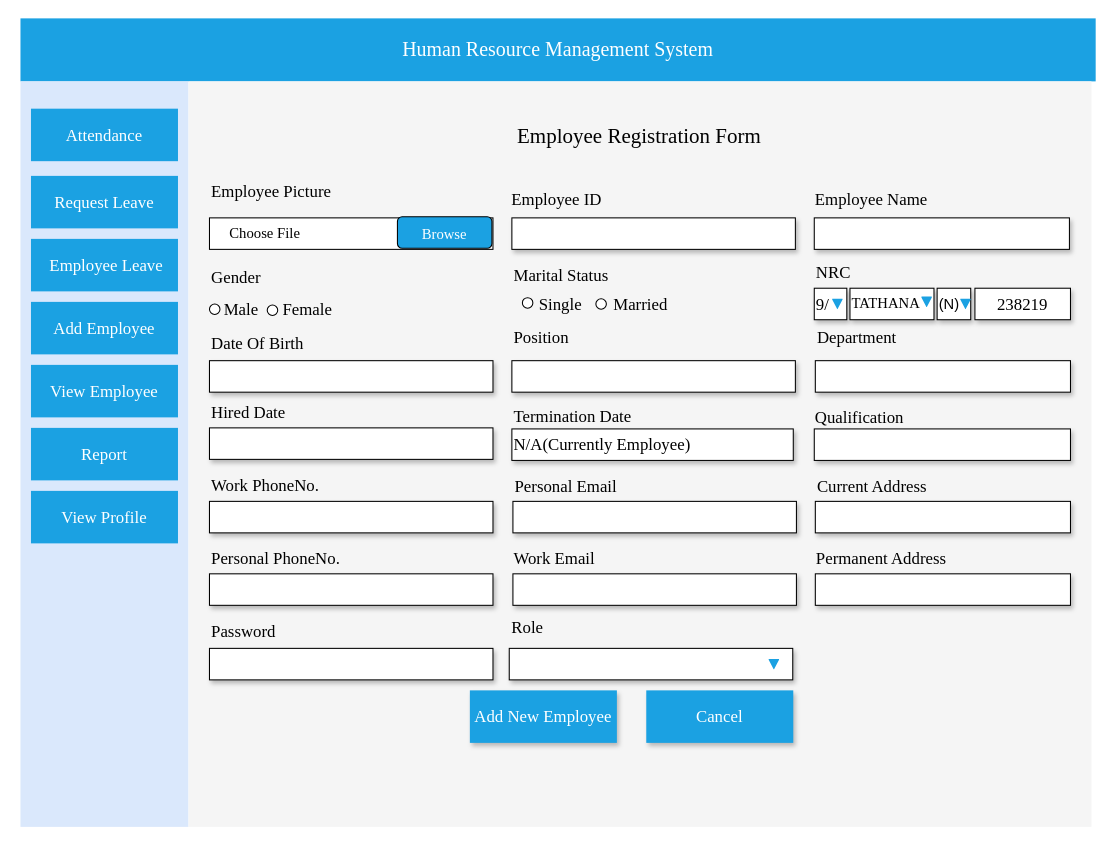
AyePwintPhyuUCSMdy/Intern-Project keeps this draw.io diagram as page "HR_AddNewEmployee" (1 of 5) of HR_Add,View_and _View Details Employee.drawio. Above is the earlier version. Source tidied: cells renumbered, new cells numbered last; positions are measured from the earlier drawing's top-left corner, leaving out a move shared by most shapes. Both pictures are drawn from the tidied source at 105%, with x=0, y=0 at pixel (18, 18).
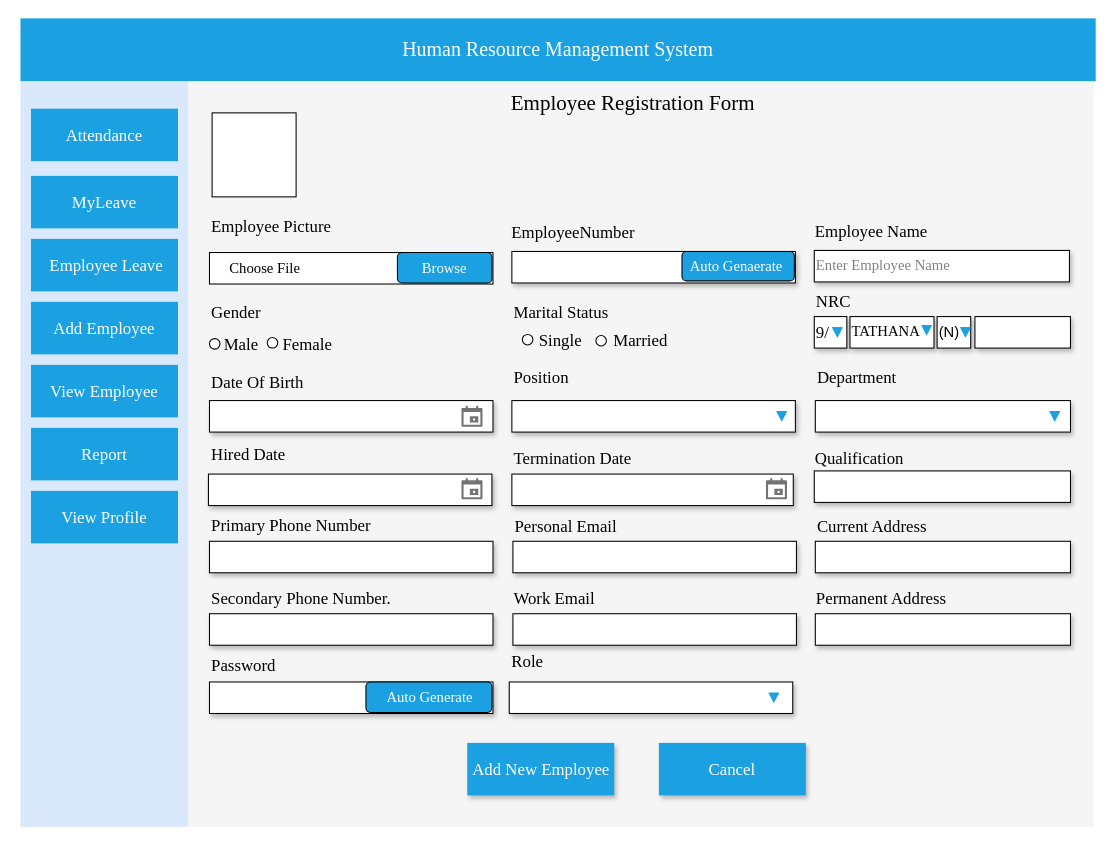
The same page after the edit.

The edit, as a diff of the source:
```diff
@@
-    <mxCell id="7" value="&lt;font style=&quot;font-size: 16px; color: rgb(255, 255, 255);&quot; face=&quot;Times New Roman&quot;&gt;Request Leave&lt;/font&gt;" style="rounded=0;whiteSpace=wrap;html=1;strokeColor=none;fillColor=#1BA1E2;align=center;" parent="1" vertex="1">
+    <mxCell id="7" value="&lt;font style=&quot;font-size: 16px; color: rgb(255, 255, 255);&quot; face=&quot;Times New Roman&quot;&gt;MyLeave&lt;/font&gt;" style="rounded=0;whiteSpace=wrap;html=1;strokeColor=none;fillColor=#1BA1E2;align=center;" parent="1" vertex="1">
       <mxGeometry x="12" y="150" width="140" height="50" as="geometry" />
     </mxCell>
     <mxCell id="8" style="rounded=0;whiteSpace=wrap;html=1;shadow=0;strokeColor=none;fillColor=#f5f5f5;fontColor=#333333;" parent="1" vertex="1">
-      <mxGeometry x="162" y="60" width="860" height="710" as="geometry" />
+      <mxGeometry x="162" y="60" width="862" height="710" as="geometry" />
     </mxCell>
@@
     <mxCell id="13" style="rounded=0;whiteSpace=wrap;html=1;shadow=1;" parent="1" vertex="1">
-      <mxGeometry x="470" y="190" width="270" height="30" as="geometry" />
+      <mxGeometry x="470" y="222" width="270" height="30" as="geometry" />
     </mxCell>
     <mxCell id="14" value="Employee Name" style="text;html=1;align=left;verticalAlign=middle;whiteSpace=wrap;rounded=0;fontSize=16;fontFamily=Times New Roman;" parent="1" vertex="1">
-      <mxGeometry x="757" y="157" width="120" height="30" as="geometry" />
+      <mxGeometry x="757" y="188" width="120" height="30" as="geometry" />
     </mxCell>
-    <mxCell id="15" style="rounded=0;whiteSpace=wrap;html=1;shadow=1;" parent="1" vertex="1">
-      <mxGeometry x="758" y="190" width="243" height="30" as="geometry" />
+    <mxCell id="15" value="&lt;font style=&quot;color: rgb(128, 128, 128); font-size: 14px;&quot; face=&quot;Times New Roman&quot;&gt;Enter Employee Name&lt;/font&gt;" style="rounded=0;whiteSpace=wrap;html=1;shadow=1;align=left;" parent="1" vertex="1">
+      <mxGeometry x="758" y="221" width="243" height="30" as="geometry" />
     </mxCell>
     <mxCell id="16" value="Employee Picture" style="text;html=1;align=left;verticalAlign=middle;whiteSpace=wrap;rounded=0;fontSize=16;fontFamily=Times New Roman;" parent="1" vertex="1">
-      <mxGeometry x="182" y="150" width="120" height="30" as="geometry" />
+      <mxGeometry x="182" y="183" width="120" height="30" as="geometry" />
     </mxCell>
     <mxCell id="17" style="rounded=0;whiteSpace=wrap;html=1;" parent="1" vertex="1">
-      <mxGeometry x="182" y="190" width="270" height="30" as="geometry" />
+      <mxGeometry x="182" y="223" width="270" height="30" as="geometry" />
     </mxCell>
     <mxCell id="18" value="&lt;font style=&quot;font-size: 14px;&quot; face=&quot;Times New Roman&quot;&gt;Choose File&lt;/font&gt;" style="text;html=1;align=center;verticalAlign=middle;whiteSpace=wrap;rounded=0;shadow=1;" parent="1" vertex="1">
-      <mxGeometry x="184.5" y="191" width="100" height="30" as="geometry" />
+      <mxGeometry x="184.5" y="224" width="100" height="30" as="geometry" />
     </mxCell>
     <mxCell id="19" style="rounded=1;whiteSpace=wrap;html=1;fillColor=#1BA1E2;" parent="1" vertex="1">
-      <mxGeometry x="361" y="189" width="90" height="30" as="geometry" />
+      <mxGeometry x="361" y="223" width="90" height="29" as="geometry" />
     </mxCell>
     <mxCell id="20" value="&lt;font style=&quot;font-size: 14px; color: rgb(255, 255, 255);&quot; face=&quot;Times New Roman&quot;&gt;Browse&lt;/font&gt;" style="text;html=1;align=center;verticalAlign=middle;whiteSpace=wrap;rounded=0;fillColor=none;" parent="1" vertex="1">
-      <mxGeometry x="376" y="192" width="60" height="30" as="geometry" />
+      <mxGeometry x="376" y="225" width="60" height="28" as="geometry" />
     </mxCell>
     <mxCell id="21" style="rounded=0;whiteSpace=wrap;html=1;shadow=1;" parent="1" vertex="1">
-      <mxGeometry x="182" y="326" width="270" height="30" as="geometry" />
+      <mxGeometry x="182" y="364" width="270" height="30" as="geometry" />
     </mxCell>
     <mxCell id="22" value="Date Of Birth" style="text;html=1;align=left;verticalAlign=middle;whiteSpace=wrap;rounded=0;fontSize=16;fontFamily=Times New Roman;" parent="1" vertex="1">
-      <mxGeometry x="182" y="294" width="100" height="30" as="geometry" />
+      <mxGeometry x="182" y="332" width="100" height="30" as="geometry" />
     </mxCell>
     <mxCell id="23" value="Gender" style="text;html=1;align=left;verticalAlign=middle;whiteSpace=wrap;rounded=0;fontSize=16;fontFamily=Times New Roman;" parent="1" vertex="1">
-      <mxGeometry x="182" y="232" width="100" height="30" as="geometry" />
+      <mxGeometry x="182" y="265" width="100" height="30" as="geometry" />
     </mxCell>
     <mxCell id="24" style="ellipse;whiteSpace=wrap;html=1;" parent="1" vertex="1">
-      <mxGeometry x="182" y="272" width="10" height="10" as="geometry" />
+      <mxGeometry x="182" y="305" width="10" height="10" as="geometry" />
     </mxCell>
     <mxCell id="25" value="Male" style="text;html=1;align=left;verticalAlign=middle;whiteSpace=wrap;rounded=0;fontSize=16;fontFamily=Times New Roman;" parent="1" vertex="1">
-      <mxGeometry x="194" y="262" width="100" height="30" as="geometry" />
+      <mxGeometry x="194" y="295" width="100" height="30" as="geometry" />
     </mxCell>
     <mxCell id="26" style="ellipse;whiteSpace=wrap;html=1;" parent="1" vertex="1">
-      <mxGeometry x="237" y="273" width="10" height="10" as="geometry" />
+      <mxGeometry x="237" y="304" width="10" height="10" as="geometry" />
     </mxCell>
     <mxCell id="27" value="NRC" style="text;html=1;align=left;verticalAlign=middle;whiteSpace=wrap;rounded=0;fontSize=16;fontFamily=Times New Roman;shadow=1;" parent="1" vertex="1">
-      <mxGeometry x="758" y="227" width="120" height="30" as="geometry" />
+      <mxGeometry x="758" y="254" width="120" height="30" as="geometry" />
     </mxCell>
     <mxCell id="28" value="&lt;font face=&quot;Times New Roman&quot; style=&quot;font-size: 16px;&quot;&gt;9/&lt;/font&gt;" style="rounded=0;whiteSpace=wrap;html=1;align=left;shadow=1;" parent="1" vertex="1">
-      <mxGeometry x="758" y="257" width="31" height="30" as="geometry" />
+      <mxGeometry x="758" y="284" width="31" height="30" as="geometry" />
     </mxCell>
     <mxCell id="29" value="&lt;font style=&quot;font-size: 14px;&quot; face=&quot;Times New Roman&quot;&gt;TATHANA&lt;/font&gt;" style="rounded=0;whiteSpace=wrap;html=1;align=left;shadow=1;" parent="1" vertex="1">
-      <mxGeometry x="792" y="257" width="80" height="30" as="geometry" />
+      <mxGeometry x="792" y="284" width="80" height="30" as="geometry" />
     </mxCell>
     <mxCell id="30" value="&lt;font style=&quot;font-size: 14px;&quot;&gt;(N)&lt;/font&gt;" style="rounded=0;whiteSpace=wrap;html=1;align=left;shadow=1;" parent="1" vertex="1">
-      <mxGeometry x="875" y="257" width="32" height="30" as="geometry" />
+      <mxGeometry x="875" y="284" width="32" height="30" as="geometry" />
     </mxCell>
-    <mxCell id="31" value="&lt;font style=&quot;font-size: 16px;&quot; face=&quot;Times New Roman&quot;&gt;238219&lt;/font&gt;" style="rounded=0;whiteSpace=wrap;html=1;shadow=1;" parent="1" vertex="1">
-      <mxGeometry x="911" y="257" width="91" height="30" as="geometry" />
+    <mxCell id="31" style="rounded=0;whiteSpace=wrap;html=1;shadow=1;" parent="1" vertex="1">
+      <mxGeometry x="911" y="284" width="91" height="30" as="geometry" />
     </mxCell>
     <mxCell id="32" style="strokeWidth=2;html=1;shape=mxgraph.flowchart.merge_or_storage;whiteSpace=wrap;fillColor=#1BA1E2;strokeColor=none;" parent="1" vertex="1">
-      <mxGeometry x="775" y="267" width="10" height="10" as="geometry" />
+      <mxGeometry x="775" y="294" width="10" height="10" as="geometry" />
     </mxCell>
     <mxCell id="33" style="strokeWidth=2;html=1;shape=mxgraph.flowchart.merge_or_storage;whiteSpace=wrap;fillColor=#1BA1E2;strokeColor=none;" parent="1" vertex="1">
-      <mxGeometry x="860" y="265" width="10" height="10" as="geometry" />
+      <mxGeometry x="860" y="292" width="10" height="10" as="geometry" />
     </mxCell>
     <mxCell id="34" style="strokeWidth=2;html=1;shape=mxgraph.flowchart.merge_or_storage;whiteSpace=wrap;fillColor=#1BA1E2;strokeColor=none;" parent="1" vertex="1">
-      <mxGeometry x="897" y="267" width="10" height="10" as="geometry" />
+      <mxGeometry x="897" y="294" width="10" height="10" as="geometry" />
     </mxCell>
     <mxCell id="35" value="Marital Status" style="text;html=1;align=left;verticalAlign=middle;whiteSpace=wrap;rounded=0;fontSize=16;fontFamily=Times New Roman;" parent="1" vertex="1">
-      <mxGeometry x="470" y="230" width="100" height="30" as="geometry" />
+      <mxGeometry x="470" y="265" width="100" height="30" as="geometry" />
     </mxCell>
     <mxCell id="36" style="ellipse;whiteSpace=wrap;html=1;" parent="1" vertex="1">
-      <mxGeometry x="480" y="266" width="10" height="10" as="geometry" />
+      <mxGeometry x="480" y="301" width="10" height="10" as="geometry" />
     </mxCell>
     <mxCell id="37" value="Single" style="text;html=1;align=left;verticalAlign=middle;whiteSpace=wrap;rounded=0;fontSize=16;fontFamily=Times New Roman;" parent="1" vertex="1">
-      <mxGeometry x="494" y="257" width="100" height="30" as="geometry" />
+      <mxGeometry x="494" y="292" width="100" height="30" as="geometry" />
     </mxCell>
     <mxCell id="38" style="ellipse;whiteSpace=wrap;html=1;" parent="1" vertex="1">
-      <mxGeometry x="550" y="267" width="10" height="10" as="geometry" />
+      <mxGeometry x="550" y="302" width="10" height="10" as="geometry" />
     </mxCell>
     <mxCell id="39" value="Married" style="text;html=1;align=left;verticalAlign=middle;whiteSpace=wrap;rounded=0;fontSize=16;fontFamily=Times New Roman;" parent="1" vertex="1">
-      <mxGeometry x="565" y="257" width="100" height="30" as="geometry" />
+      <mxGeometry x="565" y="292" width="100" height="30" as="geometry" />
     </mxCell>
-    <mxCell id="40" value="Employee ID" style="text;html=1;align=left;verticalAlign=middle;whiteSpace=wrap;rounded=0;fontSize=16;fontFamily=Times New Roman;" parent="1" vertex="1">
-      <mxGeometry x="467.5" y="157" width="100" height="30" as="geometry" />
+    <mxCell id="40" value="EmployeeNumber" style="text;html=1;align=left;verticalAlign=middle;whiteSpace=wrap;rounded=0;fontSize=16;fontFamily=Times New Roman;" parent="1" vertex="1">
+      <mxGeometry x="467.5" y="189" width="100" height="30" as="geometry" />
     </mxCell>
     <mxCell id="41" value="Position" style="text;html=1;align=left;verticalAlign=middle;whiteSpace=wrap;rounded=0;fontSize=16;fontFamily=Times New Roman;" parent="1" vertex="1">
-      <mxGeometry x="470" y="289" width="100" height="30" as="geometry" />
+      <mxGeometry x="470" y="327" width="100" height="30" as="geometry" />
     </mxCell>
     <mxCell id="42" style="rounded=0;whiteSpace=wrap;html=1;shadow=1;" parent="1" vertex="1">
-      <mxGeometry x="470" y="326" width="270" height="30" as="geometry" />
+      <mxGeometry x="470" y="364" width="270" height="30" as="geometry" />
     </mxCell>
     <mxCell id="43" value="Department" style="text;html=1;align=left;verticalAlign=middle;whiteSpace=wrap;rounded=0;fontSize=16;fontFamily=Times New Roman;" parent="1" vertex="1">
-      <mxGeometry x="759" y="289" width="100" height="30" as="geometry" />
+      <mxGeometry x="759" y="327" width="100" height="30" as="geometry" />
     </mxCell>
     <mxCell id="44" style="rounded=0;whiteSpace=wrap;html=1;shadow=1;" parent="1" vertex="1">
-      <mxGeometry x="759" y="326" width="243" height="30" as="geometry" />
+      <mxGeometry x="759" y="364" width="243" height="30" as="geometry" />
     </mxCell>
     <mxCell id="45" value="Qualification" style="text;html=1;align=left;verticalAlign=middle;whiteSpace=wrap;rounded=0;fontSize=16;fontFamily=Times New Roman;" parent="1" vertex="1">
-      <mxGeometry x="757" y="365" width="100" height="30" as="geometry" />
+      <mxGeometry x="757" y="404" width="100" height="30" as="geometry" />
     </mxCell>
     <mxCell id="46" style="rounded=0;whiteSpace=wrap;html=1;shadow=1;" parent="1" vertex="1">
-      <mxGeometry x="758" y="391" width="244" height="30" as="geometry" />
+      <mxGeometry x="758" y="431" width="244" height="30" as="geometry" />
     </mxCell>
     <mxCell id="47" value="Hired Date" style="text;html=1;align=left;verticalAlign=middle;whiteSpace=wrap;rounded=0;fontSize=16;fontFamily=Times New Roman;" parent="1" vertex="1">
-      <mxGeometry x="182" y="360" width="100" height="30" as="geometry" />
+      <mxGeometry x="182" y="400" width="100" height="30" as="geometry" />
     </mxCell>
     <mxCell id="48" style="rounded=0;whiteSpace=wrap;html=1;shadow=1;align=left;" parent="1" vertex="1">
-      <mxGeometry x="182" y="390" width="270" height="30" as="geometry" />
+      <mxGeometry x="181" y="434" width="270" height="30" as="geometry" />
     </mxCell>
     <mxCell id="49" value="Termination Date" style="text;html=1;align=left;verticalAlign=middle;whiteSpace=wrap;rounded=0;fontSize=16;fontFamily=Times New Roman;" parent="1" vertex="1">
-      <mxGeometry x="470" y="364" width="122" height="30" as="geometry" />
+      <mxGeometry x="470" y="404" width="122" height="30" as="geometry" />
     </mxCell>
-    <mxCell id="50" value="&lt;font face=&quot;Times New Roman&quot;&gt;&lt;span style=&quot;font-size: 16px;&quot;&gt;N/A(Currently Employee)&lt;/span&gt;&lt;/font&gt;" style="rounded=0;whiteSpace=wrap;html=1;shadow=1;align=left;" parent="1" vertex="1">
-      <mxGeometry x="470" y="391" width="268" height="30" as="geometry" />
+    <mxCell id="50" style="rounded=0;whiteSpace=wrap;html=1;shadow=1;align=left;" parent="1" vertex="1">
+      <mxGeometry x="470" y="434" width="268" height="30" as="geometry" />
     </mxCell>
@@
-    <mxCell id="52" value="Work PhoneNo." style="text;html=1;align=left;verticalAlign=middle;whiteSpace=wrap;rounded=0;fontSize=16;fontFamily=Times New Roman;" parent="1" vertex="1">
-      <mxGeometry x="182" y="430" width="140" height="30" as="geometry" />
+    <mxCell id="52" value="Primary Phone Number" style="text;html=1;align=left;verticalAlign=middle;whiteSpace=wrap;rounded=0;fontSize=16;fontFamily=Times New Roman;" parent="1" vertex="1">
+      <mxGeometry x="182" y="468" width="160" height="30" as="geometry" />
     </mxCell>
     <mxCell id="53" style="rounded=0;whiteSpace=wrap;html=1;shadow=1;align=left;" parent="1" vertex="1">
-      <mxGeometry x="182" y="460" width="270" height="30" as="geometry" />
+      <mxGeometry x="182" y="498" width="270" height="30" as="geometry" />
     </mxCell>
-    <mxCell id="54" value="Personal PhoneNo." style="text;html=1;align=left;verticalAlign=middle;whiteSpace=wrap;rounded=0;fontSize=16;fontFamily=Times New Roman;" parent="1" vertex="1">
-      <mxGeometry x="182" y="499" width="140" height="30" as="geometry" />
+    <mxCell id="54" value="Secondary Phone Number." style="text;html=1;align=left;verticalAlign=middle;whiteSpace=wrap;rounded=0;fontSize=16;fontFamily=Times New Roman;" parent="1" vertex="1">
+      <mxGeometry x="182" y="537" width="200" height="30" as="geometry" />
     </mxCell>
     <mxCell id="55" style="rounded=0;whiteSpace=wrap;html=1;shadow=1;align=left;" parent="1" vertex="1">
-      <mxGeometry x="182" y="529" width="270" height="30" as="geometry" />
+      <mxGeometry x="182" y="567" width="270" height="30" as="geometry" />
     </mxCell>
     <mxCell id="56" value="Personal Email" style="text;html=1;align=left;verticalAlign=middle;whiteSpace=wrap;rounded=0;fontSize=16;fontFamily=Times New Roman;" parent="1" vertex="1">
-      <mxGeometry x="471" y="431" width="140" height="30" as="geometry" />
+      <mxGeometry x="471" y="469" width="140" height="30" as="geometry" />
     </mxCell>
     <mxCell id="57" style="rounded=0;whiteSpace=wrap;html=1;shadow=1;align=left;" parent="1" vertex="1">
-      <mxGeometry x="471" y="460" width="270" height="30" as="geometry" />
+      <mxGeometry x="471" y="498" width="270" height="30" as="geometry" />
     </mxCell>
     <mxCell id="58" value="Work Email" style="text;html=1;align=left;verticalAlign=middle;whiteSpace=wrap;rounded=0;fontSize=16;fontFamily=Times New Roman;" parent="1" vertex="1">
-      <mxGeometry x="470" y="499" width="140" height="30" as="geometry" />
+      <mxGeometry x="470" y="537" width="140" height="30" as="geometry" />
     </mxCell>
     <mxCell id="59" style="rounded=0;whiteSpace=wrap;html=1;shadow=1;align=left;" parent="1" vertex="1">
-      <mxGeometry x="471" y="529" width="270" height="30" as="geometry" />
+      <mxGeometry x="471" y="567" width="270" height="30" as="geometry" />
     </mxCell>
     <mxCell id="60" value="Current Address" style="text;html=1;align=left;verticalAlign=middle;whiteSpace=wrap;rounded=0;fontSize=16;fontFamily=Times New Roman;" parent="1" vertex="1">
-      <mxGeometry x="759" y="431" width="140" height="30" as="geometry" />
+      <mxGeometry x="759" y="469" width="140" height="30" as="geometry" />
     </mxCell>
     <mxCell id="61" style="rounded=0;whiteSpace=wrap;html=1;shadow=1;align=left;" parent="1" vertex="1">
-      <mxGeometry x="759" y="460" width="243" height="30" as="geometry" />
+      <mxGeometry x="759" y="498" width="243" height="30" as="geometry" />
     </mxCell>
     <mxCell id="62" value="Permanent Address" style="text;html=1;align=left;verticalAlign=middle;whiteSpace=wrap;rounded=0;fontSize=16;fontFamily=Times New Roman;" parent="1" vertex="1">
-      <mxGeometry x="758" y="499" width="140" height="30" as="geometry" />
+      <mxGeometry x="758" y="537" width="140" height="30" as="geometry" />
     </mxCell>
     <mxCell id="63" style="rounded=0;whiteSpace=wrap;html=1;shadow=1;align=left;" parent="1" vertex="1">
-      <mxGeometry x="759" y="529" width="243" height="30" as="geometry" />
+      <mxGeometry x="759" y="567" width="243" height="30" as="geometry" />
     </mxCell>
     <mxCell id="64" value="&lt;font style=&quot;font-size: 16px; color: rgb(255, 255, 255);&quot; face=&quot;Times New Roman&quot;&gt;Cancel&lt;/font&gt;" style="rounded=0;whiteSpace=wrap;html=1;strokeColor=none;fillColor=#1BA1E2;align=center;shadow=1;" parent="1" vertex="1">
-      <mxGeometry x="598" y="640" width="140" height="50" as="geometry" />
+      <mxGeometry x="610" y="690" width="140" height="50" as="geometry" />
     </mxCell>
     <mxCell id="65" value="&lt;font face=&quot;Times New Roman&quot; color=&quot;#ffffff&quot;&gt;&lt;span style=&quot;font-size: 16px;&quot;&gt;Add New Employee&lt;/span&gt;&lt;/font&gt;" style="rounded=0;whiteSpace=wrap;html=1;strokeColor=none;fillColor=#1BA1E2;align=center;shadow=1;" parent="1" vertex="1">
-      <mxGeometry x="430" y="640" width="140" height="50" as="geometry" />
+      <mxGeometry x="427.5" y="690" width="140" height="50" as="geometry" />
     </mxCell>
     <mxCell id="66" value="Female" style="text;html=1;align=left;verticalAlign=middle;whiteSpace=wrap;rounded=0;fontSize=16;fontFamily=Times New Roman;" parent="1" vertex="1">
-      <mxGeometry x="250" y="262" width="100" height="30" as="geometry" />
+      <mxGeometry x="250" y="295" width="100" height="30" as="geometry" />
     </mxCell>
     <mxCell id="67" value="&lt;span style=&quot;font-size: 20px;&quot;&gt;Employee Registration Form&lt;/span&gt;" style="text;html=1;align=center;verticalAlign=middle;whiteSpace=wrap;rounded=0;fontSize=16;fontFamily=Times New Roman;" parent="1" vertex="1">
-      <mxGeometry x="467.5" y="96" width="247" height="30" as="geometry" />
+      <mxGeometry x="462" y="65" width="247" height="30" as="geometry" />
     </mxCell>
     <mxCell id="68" value="Password" style="text;html=1;align=left;verticalAlign=middle;whiteSpace=wrap;rounded=0;fontSize=16;fontFamily=Times New Roman;" parent="1" vertex="1">
-      <mxGeometry x="182" y="569" width="140" height="30" as="geometry" />
+      <mxGeometry x="182" y="601" width="140" height="30" as="geometry" />
     </mxCell>
     <mxCell id="69" style="rounded=0;whiteSpace=wrap;html=1;shadow=1;align=left;" parent="1" vertex="1">
-      <mxGeometry x="182" y="600" width="270" height="30" as="geometry" />
+      <mxGeometry x="182" y="632" width="270" height="30" as="geometry" />
     </mxCell>
     <mxCell id="70" style="rounded=0;whiteSpace=wrap;html=1;shadow=1;align=left;" parent="1" vertex="1">
-      <mxGeometry x="467.5" y="600" width="270" height="30" as="geometry" />
+      <mxGeometry x="467.5" y="632" width="270" height="30" as="geometry" />
     </mxCell>
     <mxCell id="71" value="Role" style="text;html=1;align=left;verticalAlign=middle;whiteSpace=wrap;rounded=0;fontSize=16;fontFamily=Times New Roman;" parent="1" vertex="1">
-      <mxGeometry x="467.5" y="569" width="270" height="21" as="geometry" />
+      <mxGeometry x="467.5" y="601" width="270" height="21" as="geometry" />
     </mxCell>
     <mxCell id="72" style="strokeWidth=2;html=1;shape=mxgraph.flowchart.merge_or_storage;whiteSpace=wrap;fillColor=#1BA1E2;strokeColor=none;" parent="1" vertex="1">
-      <mxGeometry x="714.5" y="610" width="10" height="10" as="geometry" />
+      <mxGeometry x="714.5" y="642" width="10" height="10" as="geometry" />
     </mxCell>
+    <mxCell id="73" style="rounded=1;whiteSpace=wrap;html=1;fillColor=#1BA1E2;" parent="1" vertex="1">
+      <mxGeometry x="632" y="222" width="107" height="28" as="geometry" />
+    </mxCell>
+    <mxCell id="74" value="&lt;font face=&quot;Times New Roman&quot; color=&quot;#ffffff&quot;&gt;&lt;span style=&quot;font-size: 14px;&quot;&gt;Auto Genaerate&lt;/span&gt;&lt;/font&gt;" style="text;html=1;align=center;verticalAlign=middle;whiteSpace=wrap;rounded=0;fillColor=none;" parent="1" vertex="1">
+      <mxGeometry x="629" y="224" width="110" height="26" as="geometry" />
+    </mxCell>
+    <mxCell id="75" style="rounded=1;whiteSpace=wrap;html=1;fillColor=#1BA1E2;" parent="1" vertex="1">
+      <mxGeometry x="331" y="632" width="120" height="29" as="geometry" />
+    </mxCell>
+    <mxCell id="76" value="&lt;font style=&quot;color: rgb(255, 255, 255);&quot; face=&quot;Times New Roman&quot;&gt;Auto Generate&lt;/font&gt;" style="text;html=1;align=center;verticalAlign=middle;whiteSpace=wrap;rounded=0;fontSize=14;" parent="1" vertex="1">
+      <mxGeometry x="342" y="632" width="100" height="30" as="geometry" />
+    </mxCell>
+    <mxCell id="77" style="html=1;dashed=0;verticalLabelPosition=bottom;verticalAlign=top;align=center;shape=mxgraph.gmdl.calendar;strokeColor=none;fillColor=#737373;shadow=0;sketch=0;" parent="1" vertex="1">
+      <mxGeometry x="422" y="369" width="20" height="20" as="geometry" />
+    </mxCell>
+    <mxCell id="78" style="html=1;dashed=0;verticalLabelPosition=bottom;verticalAlign=top;align=center;shape=mxgraph.gmdl.calendar;strokeColor=none;fillColor=#737373;shadow=0;sketch=0;" parent="1" vertex="1">
+      <mxGeometry x="422" y="438" width="20" height="20" as="geometry" />
+    </mxCell>
+    <mxCell id="79" style="html=1;dashed=0;verticalLabelPosition=bottom;verticalAlign=top;align=center;shape=mxgraph.gmdl.calendar;strokeColor=none;fillColor=#737373;shadow=0;sketch=0;" parent="1" vertex="1">
+      <mxGeometry x="712" y="438" width="20" height="20" as="geometry" />
+    </mxCell>
+    <mxCell id="80" style="strokeWidth=2;html=1;shape=mxgraph.flowchart.merge_or_storage;whiteSpace=wrap;fillColor=#1BA1E2;strokeColor=none;" parent="1" vertex="1">
+      <mxGeometry x="982" y="374" width="10" height="10" as="geometry" />
+    </mxCell>
+    <mxCell id="81" style="strokeWidth=2;html=1;shape=mxgraph.flowchart.merge_or_storage;whiteSpace=wrap;fillColor=#1BA1E2;strokeColor=none;" parent="1" vertex="1">
+      <mxGeometry x="722" y="374" width="10" height="10" as="geometry" />
+    </mxCell>
+    <mxCell id="82" style="whiteSpace=wrap;html=1;" parent="1" vertex="1">
+      <mxGeometry x="184.5" y="90" width="80" height="80" as="geometry" />
+    </mxCell>
```
